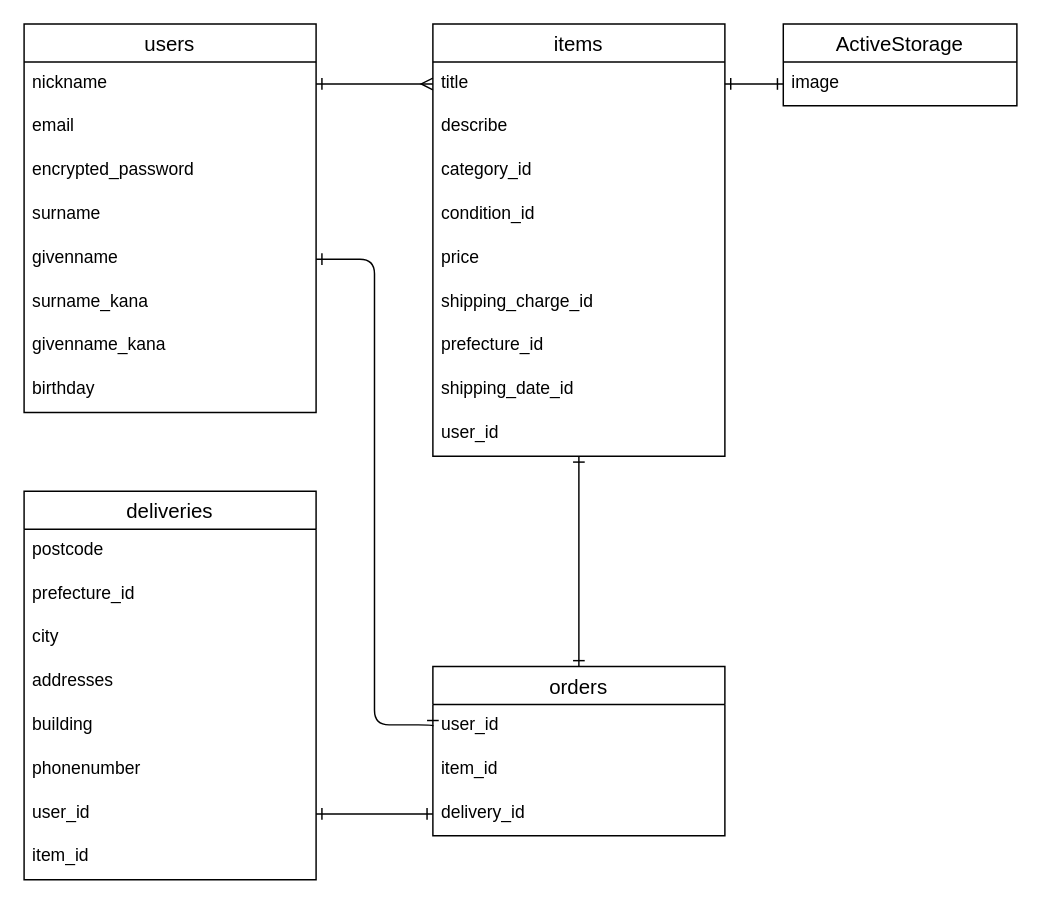
Above: README.dio in sawara711/furima-39619 (draw.io), before the change. Source tidied: cells renumbered, new cells numbered last; positions are measured from the earlier drawing's top-left corner, leaving out a move shared by most shapes. Both pictures are drawn from the tidied source at 146%, with x=0, y=0 at pixel (23, 23).
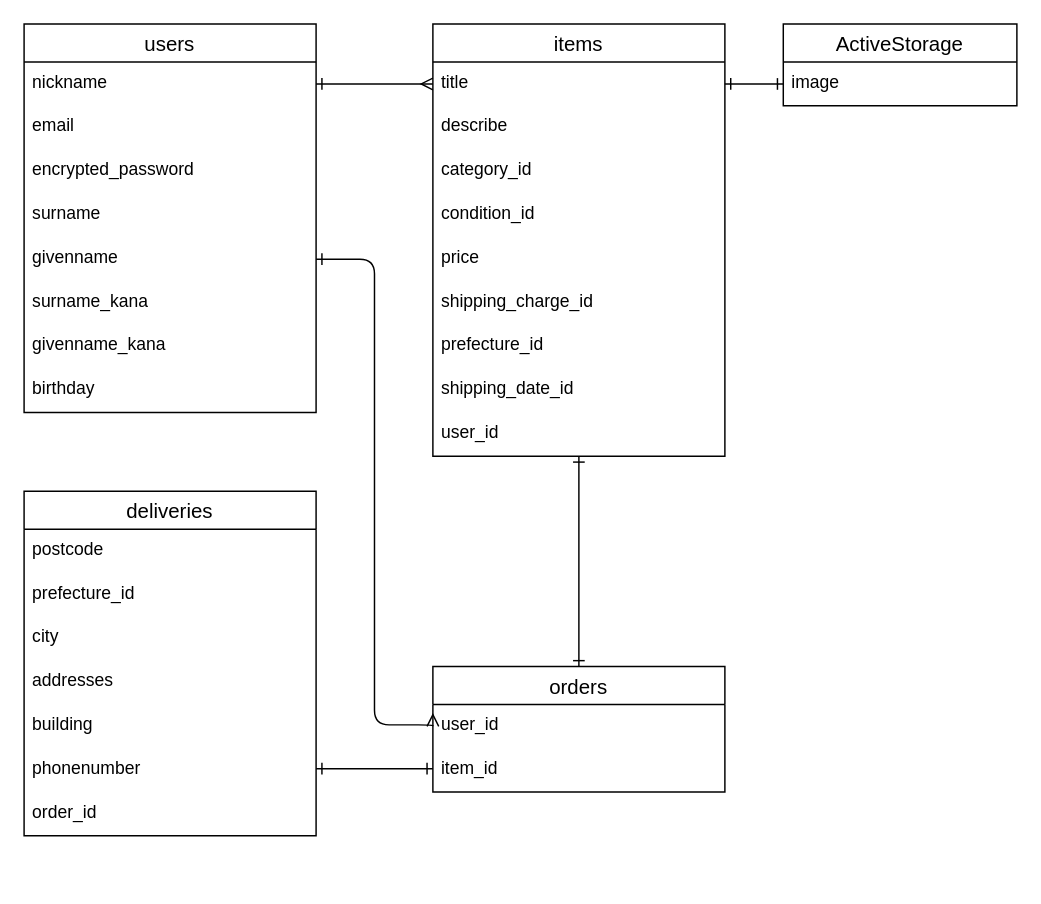
After the change.

Commit message (it also covers changes not shown here):
テーブル情報及びER図修正③

Unchanged cells that the change refers to:
```xml
<mxCell id="27" value="givenname" style="text;strokeColor=none;fillColor=none;spacingLeft=4;spacingRight=4;overflow=hidden;points=[[0,0.5],[1,0.5]];portConstraint=eastwest;fontSize=12;" parent="22" vertex="1">
  <mxGeometry y="146" width="200" height="30" as="geometry" />
</mxCell>
<mxCell id="37" value="user_id" style="text;strokeColor=none;fillColor=none;spacingLeft=4;spacingRight=4;overflow=hidden;points=[[0,0.5],[1,0.5]];portConstraint=eastwest;fontSize=12;" parent="36" vertex="1">
  <mxGeometry y="26" width="200" height="30" as="geometry" />
</mxCell>
```

Change to the diagram source:
```diff
@@
     <mxCell id="13" value="deliveries" style="swimlane;fontStyle=0;horizontal=1;startSize=26;align=center;fontSize=14;" parent="1" vertex="1">
-      <mxGeometry y="320" width="200" height="266" as="geometry" />
+      <mxGeometry y="320" width="200" height="236" as="geometry" />
     </mxCell>
@@
-    <mxCell id="20" value="user_id" style="text;strokeColor=none;fillColor=none;spacingLeft=4;spacingRight=4;overflow=hidden;points=[[0,0.5],[1,0.5]];portConstraint=eastwest;fontSize=12;" parent="13" vertex="1">
-      <mxGeometry y="206" width="200" height="30" as="geometry" />
-    </mxCell>
-    <mxCell id="21" value="item_id" style="text;strokeColor=none;fillColor=none;spacingLeft=4;spacingRight=4;overflow=hidden;fontSize=12;" parent="13" vertex="1">
-      <mxGeometry y="236" width="200" height="30" as="geometry" />
+    <mxCell id="21" value="order_id" style="text;strokeColor=none;fillColor=none;spacingLeft=4;spacingRight=4;overflow=hidden;fontSize=12;" parent="13" vertex="1">
+      <mxGeometry y="206" width="200" height="30" as="geometry" />
     </mxCell>
@@
-    <mxCell id="34" style="edgeStyle=orthogonalEdgeStyle;html=1;startArrow=ERone;startFill=0;endArrow=ERone;endFill=0;exitX=0;exitY=0.5;exitDx=0;exitDy=0;entryX=1;entryY=0.5;entryDx=0;entryDy=0;" parent="1" edge="1" source="37" target="27">
+    <mxCell id="34" style="edgeStyle=orthogonalEdgeStyle;html=1;startArrow=ERmany;startFill=0;endArrow=ERone;endFill=0;exitX=0;exitY=0.5;exitDx=0;exitDy=0;entryX=1;entryY=0.5;entryDx=0;entryDy=0;" parent="1" edge="1" source="37" target="27">
       <mxGeometry relative="1" as="geometry">
         <Array as="points">
           <mxPoint x="240" y="480" />
           <mxPoint x="240" y="161" />
         </Array>
       </mxGeometry>
     </mxCell>
@@
     <mxCell id="36" value="orders" style="swimlane;fontStyle=0;horizontal=1;startSize=26;align=center;fontSize=14;" parent="1" vertex="1">
-      <mxGeometry x="280" y="440" width="200" height="116" as="geometry" />
+      <mxGeometry x="280" y="440" width="200" height="86" as="geometry" />
     </mxCell>
@@
-    <mxCell id="39" value="delivery_id" style="text;strokeColor=none;fillColor=none;spacingLeft=4;spacingRight=4;overflow=hidden;points=[[0,0.5],[1,0.5]];portConstraint=eastwest;fontSize=12;" parent="36" vertex="1">
-      <mxGeometry y="86" width="200" height="30" as="geometry" />
-    </mxCell>
-    <mxCell id="40" style="edgeStyle=none;html=1;startArrow=ERone;startFill=0;endArrow=ERone;endFill=0;exitX=1;exitY=0.5;exitDx=0;exitDy=0;entryX=0;entryY=0.5;entryDx=0;entryDy=0;" parent="1" edge="1" source="20" target="39">
-      <mxGeometry relative="1" as="geometry" />
+    <mxCell id="40" style="edgeStyle=none;html=1;startArrow=ERone;startFill=0;endArrow=ERone;endFill=0;exitX=1;exitY=0.5;exitDx=0;exitDy=0;entryX=0;entryY=0.5;entryDx=0;entryDy=0;" parent="1" edge="1">
+      <mxGeometry relative="1" as="geometry">
+        <mxPoint x="200" y="510" as="sourcePoint" />
+        <mxPoint x="280" y="510" as="targetPoint" />
+      </mxGeometry>
     </mxCell>
```
